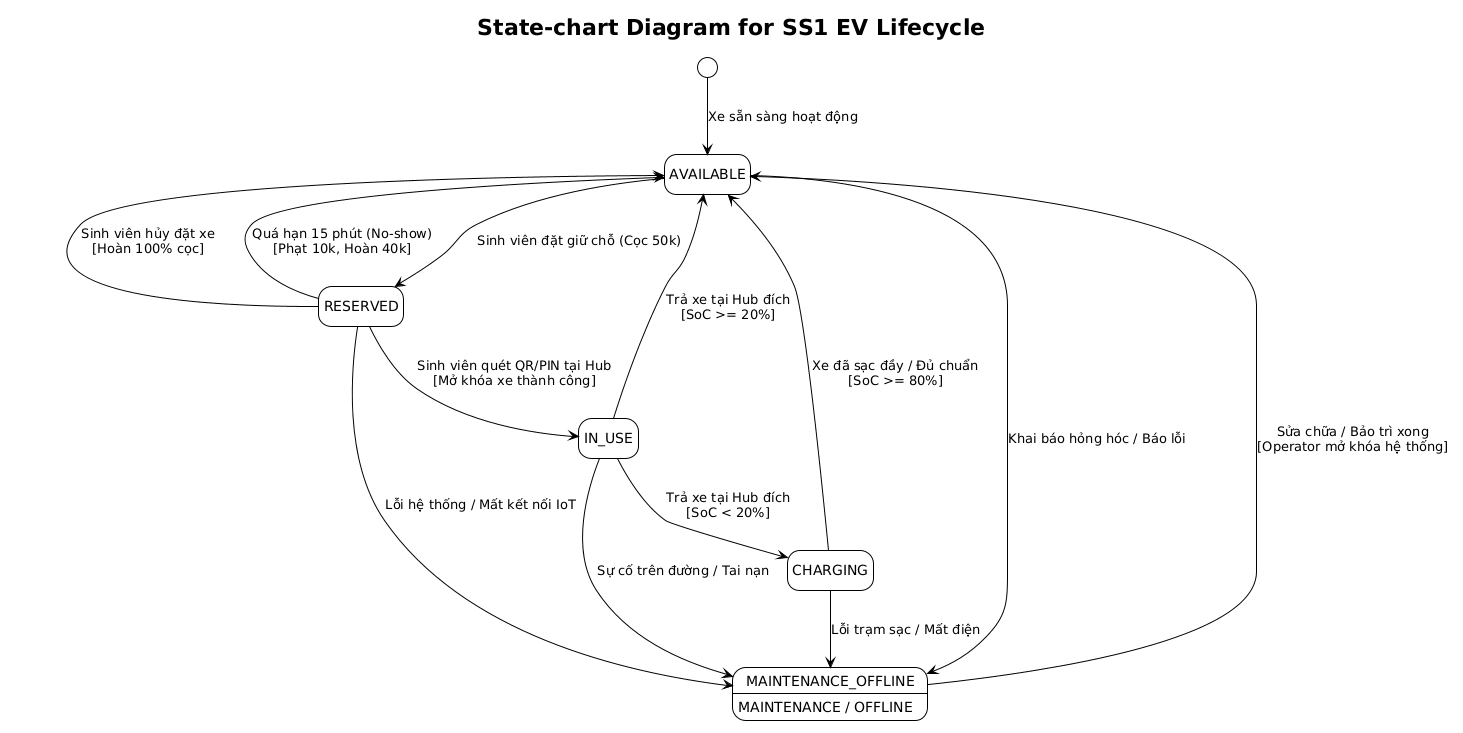
Above: docs/diagrams/Use-case detail-scenario/SS1/State-chart diagrams/UC_SS1_NguyenThanhDat_statechart.png in Dat-nguyen195/BTL_1_CNPM (PlantUML), before the change.
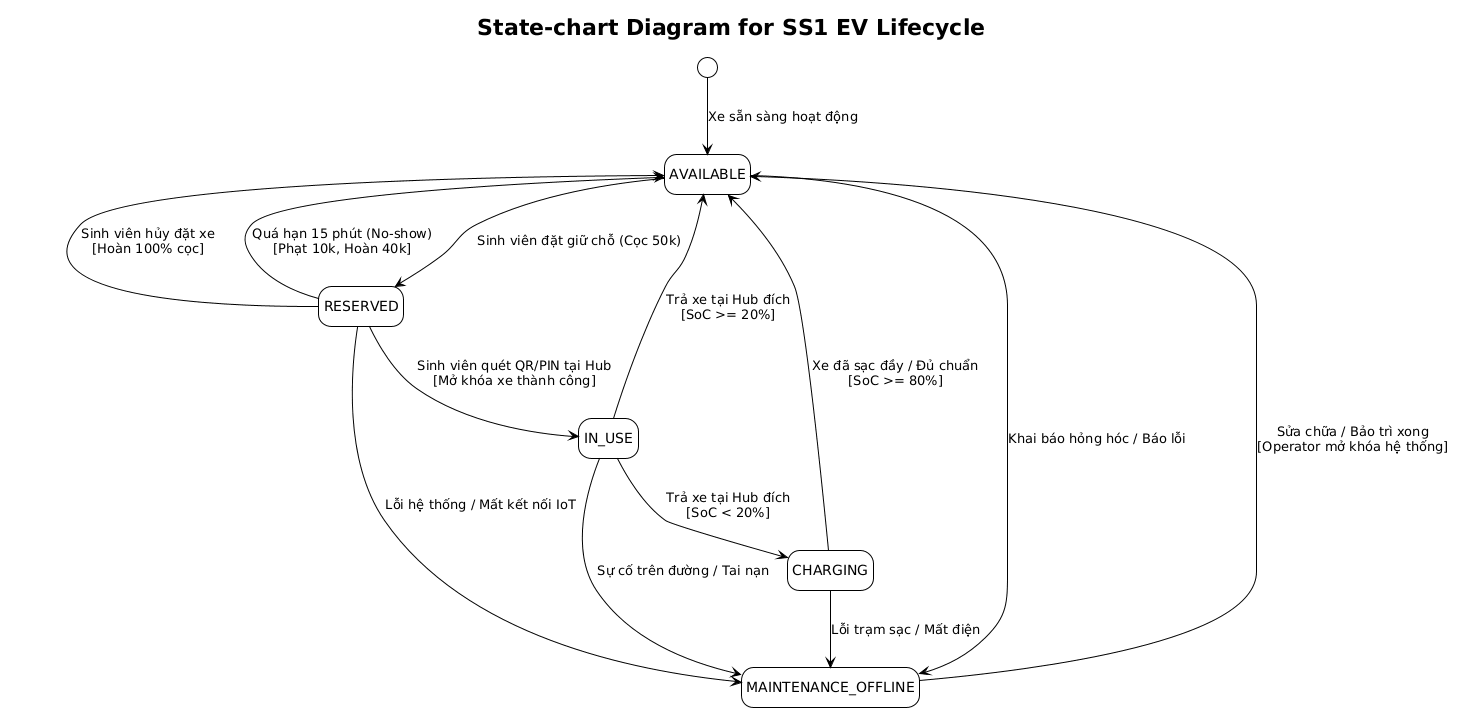
The same diagram one commit later.

Commit message:
docs(diagram): fix duplicate MAINTENANCE_OFFLINE state visual bug in state-chart diagram

Change to the diagram source:
```diff
@@ -10,7 +10,7 @@
 state RESERVED
 state IN_USE
 state CHARGING
-state MAINTENANCE_OFFLINE : MAINTENANCE / OFFLINE
+state MAINTENANCE_OFFLINE
 
 AVAILABLE --> RESERVED : Sinh viên đặt giữ chỗ (Cọc 50k)
 RESERVED --> AVAILABLE : Sinh viên hủy đặt xe\n[Hoàn 100% cọc]
```
